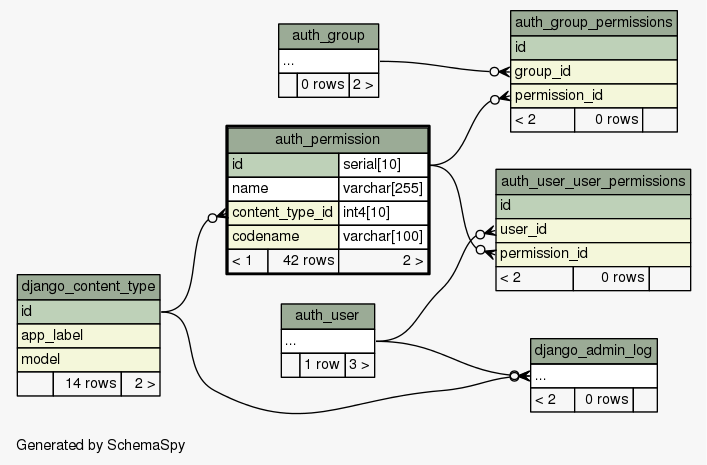
This is database/schema/diagrams/auth_permission.2degrees.png from jingyayeah/multiscale-galactose, a Graphviz export, as it was before one commit. Its source is kept beside it as database/schema/diagrams/auth_permission.2degrees.dot.
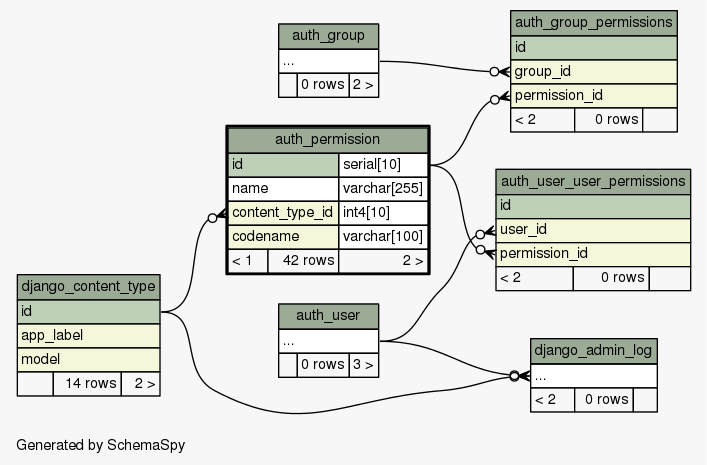
The same file after the commit.

Diff of the diagram source:
```diff
@@ -64,7 +64,7 @@
     <TABLE BORDER="0" CELLBORDER="1" CELLSPACING="0" BGCOLOR="#ffffff">
       <TR><TD COLSPAN="3" BGCOLOR="#9bab96" ALIGN="CENTER">auth_user</TD></TR>
       <TR><TD PORT="elipses" COLSPAN="3" ALIGN="LEFT">...</TD></TR>
-      <TR><TD ALIGN="LEFT" BGCOLOR="#f7f7f7">  </TD><TD ALIGN="RIGHT" BGCOLOR="#f7f7f7">1 row</TD><TD ALIGN="RIGHT" BGCOLOR="#f7f7f7">3 &gt;</TD></TR>
+      <TR><TD ALIGN="LEFT" BGCOLOR="#f7f7f7">  </TD><TD ALIGN="RIGHT" BGCOLOR="#f7f7f7">0 rows</TD><TD ALIGN="RIGHT" BGCOLOR="#f7f7f7">3 &gt;</TD></TR>
     </TABLE>>
     URL="auth_user.html"
     tooltip="auth_user"
```
